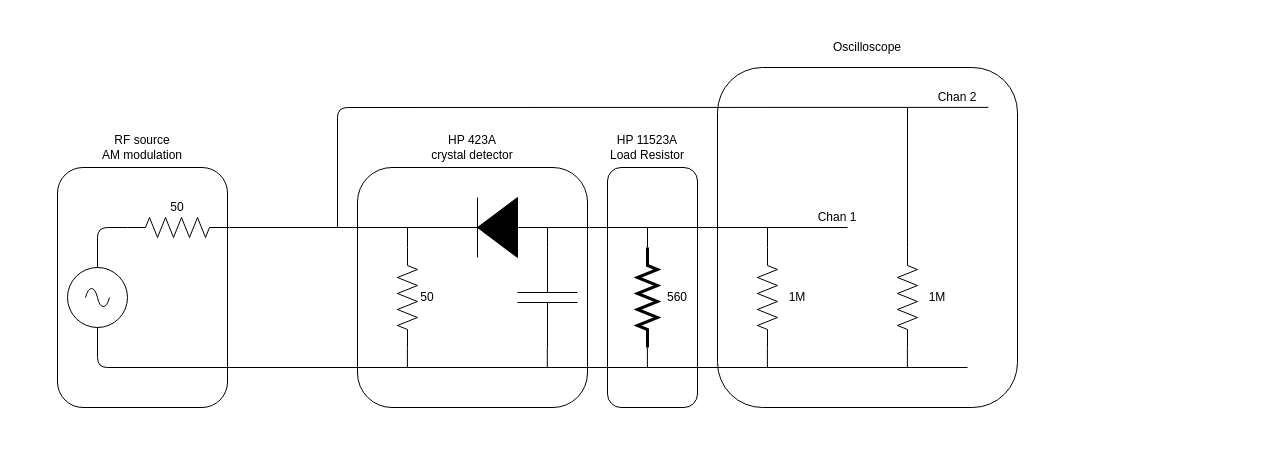
This is page "measurement_setup2" (2 of 4) of assets/hp423a/hp423a.drawio from tomverbeure/tomverbeure.github.io, a draw.io file, before an edit. Source tidied: cells renumbered, new cells numbered last; positions are measured from the earlier drawing's top-left corner, leaving out a move shared by most shapes. Both pictures are drawn from the tidied source at 100%, with x=0, y=0 at pixel (17, 17).
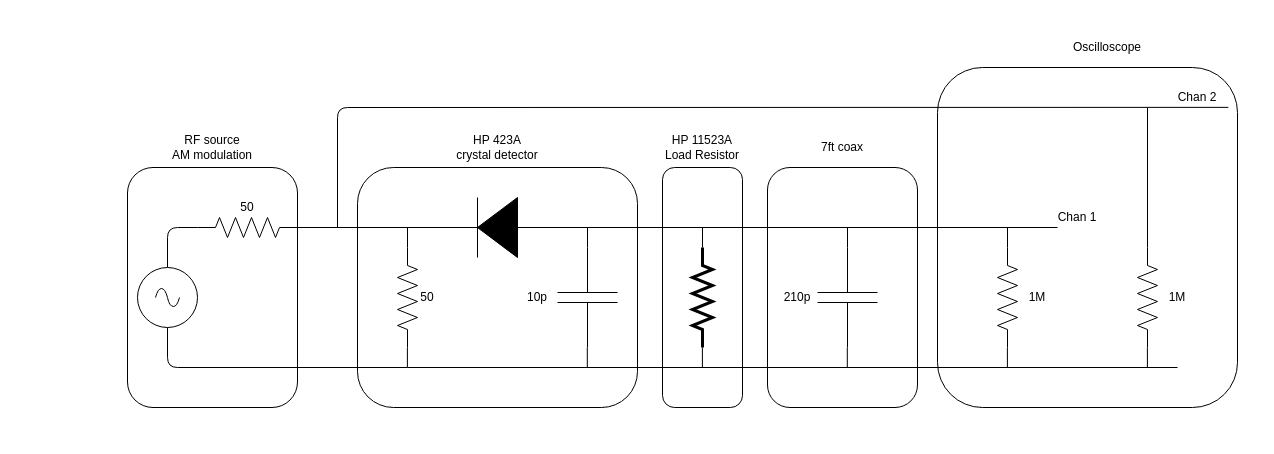
After the change.

The edit, as a diff of the source:
```diff
@@
-    <mxCell id="0" />
-    <mxCell id="1" parent="0" />
-    <mxCell id="2" style="rounded=1;whiteSpace=wrap;html=1;fillColor=none;" parent="1" vertex="1">
-      <mxGeometry x="590" y="150" width="90" height="240" as="geometry" />
-    </mxCell>
-    <mxCell id="3" style="rounded=0;whiteSpace=wrap;html=1;fillColor=none;strokeColor=none;" parent="1" vertex="1">
-      <mxGeometry width="1040" height="420" as="geometry" />
-    </mxCell>
-    <mxCell id="4" style="rounded=1;whiteSpace=wrap;html=1;fillColor=none;" parent="1" vertex="1">
-      <mxGeometry x="700" y="50" width="300" height="340" as="geometry" />
-    </mxCell>
-    <mxCell id="5" style="rounded=1;whiteSpace=wrap;html=1;fillColor=none;" parent="1" vertex="1">
-      <mxGeometry x="340" y="150" width="230" height="240" as="geometry" />
-    </mxCell>
-    <mxCell id="6" style="rounded=1;whiteSpace=wrap;html=1;fillColor=none;" parent="1" vertex="1">
-      <mxGeometry x="40" y="150" width="170" height="240" as="geometry" />
-    </mxCell>
+    <mxCell id="42" />
+    <mxCell id="43" parent="42" />
+    <mxCell id="44" style="rounded=0;whiteSpace=wrap;html=1;fillColor=none;strokeColor=none;" parent="43" vertex="1">
+      <mxGeometry x="90" width="1150" height="420" as="geometry" />
+    </mxCell>
+    <mxCell id="45" style="rounded=1;whiteSpace=wrap;html=1;fillColor=none;" parent="43" vertex="1">
+      <mxGeometry x="920" y="50" width="300" height="340" as="geometry" />
+    </mxCell>
+    <mxCell id="46" style="rounded=1;whiteSpace=wrap;html=1;fillColor=none;" parent="43" vertex="1">
+      <mxGeometry x="340" y="150" width="280" height="240" as="geometry" />
+    </mxCell>
+    <mxCell id="47" style="rounded=1;whiteSpace=wrap;html=1;fillColor=none;" parent="43" vertex="1">
+      <mxGeometry x="110" y="150" width="170" height="240" as="geometry" />
+    </mxCell>
-    <mxCell id="7" style="fillColor=strokeColor;verticalLabelPosition=bottom;shadow=0;dashed=0;align=center;html=1;verticalAlign=top;shape=mxgraph.electrical.diodes.diode;rotation=-180;" parent="1" vertex="1">
+    <mxCell id="7" style="fillColor=strokeColor;verticalLabelPosition=bottom;shadow=0;dashed=0;align=center;html=1;verticalAlign=top;shape=mxgraph.electrical.diodes.diode;rotation=-180;" parent="43" vertex="1">
       <mxGeometry x="430" y="180" width="100" height="60" as="geometry" />
     </mxCell>
-    <mxCell id="8" style="verticalLabelPosition=bottom;shadow=0;dashed=0;align=center;html=1;verticalAlign=top;shape=mxgraph.electrical.capacitors.capacitor_1;rotation=-90;" parent="1" vertex="1">
-      <mxGeometry x="480" y="250" width="100" height="60" as="geometry" />
-    </mxCell>
+    <mxCell id="48" style="verticalLabelPosition=bottom;shadow=0;dashed=0;align=center;html=1;verticalAlign=top;shape=mxgraph.electrical.capacitors.capacitor_1;rotation=-90;" parent="43" vertex="1">
+      <mxGeometry x="520" y="250" width="100" height="60" as="geometry" />
+    </mxCell>
-    <mxCell id="9" style="verticalLabelPosition=bottom;shadow=0;dashed=0;align=center;html=1;verticalAlign=top;shape=mxgraph.electrical.resistors.resistor_2;rotation=-90;" parent="1" vertex="1">
+    <mxCell id="9" style="verticalLabelPosition=bottom;shadow=0;dashed=0;align=center;html=1;verticalAlign=top;shape=mxgraph.electrical.resistors.resistor_2;rotation=-90;" parent="43" vertex="1">
       <mxGeometry x="340" y="270" width="100" height="20" as="geometry" />
     </mxCell>
-    <mxCell id="10" value="50" style="text;html=1;strokeColor=none;fillColor=none;align=center;verticalAlign=middle;whiteSpace=wrap;rounded=0;" parent="1" vertex="1">
+    <mxCell id="10" value="50" style="text;html=1;strokeColor=none;fillColor=none;align=center;verticalAlign=middle;whiteSpace=wrap;rounded=0;" parent="43" vertex="1">
       <mxGeometry x="390" y="270" width="40" height="20" as="geometry" />
     </mxCell>
-    <mxCell id="11" style="verticalLabelPosition=bottom;shadow=0;dashed=0;align=center;html=1;verticalAlign=top;shape=mxgraph.electrical.resistors.resistor_2;rotation=-180;" parent="1" vertex="1">
-      <mxGeometry x="110" y="200" width="100" height="20" as="geometry" />
-    </mxCell>
-    <mxCell id="12" style="verticalLabelPosition=bottom;shadow=0;dashed=0;align=center;html=1;verticalAlign=top;shape=mxgraph.electrical.signal_sources.source;points=[[0.5,0,0],[1,0.5,0],[0.5,1,0],[0,0.5,0]];elSignalType=ac;" parent="1" vertex="1">
-      <mxGeometry x="50" y="250" width="60" height="60" as="geometry" />
-    </mxCell>
+    <mxCell id="49" style="verticalLabelPosition=bottom;shadow=0;dashed=0;align=center;html=1;verticalAlign=top;shape=mxgraph.electrical.resistors.resistor_2;rotation=-180;" parent="43" vertex="1">
+      <mxGeometry x="180" y="200" width="100" height="20" as="geometry" />
+    </mxCell>
+    <mxCell id="50" style="verticalLabelPosition=bottom;shadow=0;dashed=0;align=center;html=1;verticalAlign=top;shape=mxgraph.electrical.signal_sources.source;points=[[0.5,0,0],[1,0.5,0],[0.5,1,0],[0,0.5,0]];elSignalType=ac;" parent="43" vertex="1">
+      <mxGeometry x="120" y="250" width="60" height="60" as="geometry" />
+    </mxCell>
-    <mxCell id="13" value="50" style="text;html=1;strokeColor=none;fillColor=none;align=center;verticalAlign=middle;whiteSpace=wrap;rounded=0;" parent="1" vertex="1">
-      <mxGeometry x="140" y="180" width="40" height="20" as="geometry" />
+    <mxCell id="13" value="50" style="text;html=1;strokeColor=none;fillColor=none;align=center;verticalAlign=middle;whiteSpace=wrap;rounded=0;" parent="43" vertex="1">
+      <mxGeometry x="210" y="180" width="40" height="20" as="geometry" />
     </mxCell>
-    <mxCell id="14" style="endArrow=none;html=1;entryX=1;entryY=0.5;entryDx=0;entryDy=0;entryPerimeter=0;exitX=0.5;exitY=0;exitDx=0;exitDy=0;exitPerimeter=0;" parent="1" edge="1" source="12" target="11">
-      <mxGeometry relative="1" as="geometry">
-        <Array as="points">
-          <mxPoint x="80" y="210" />
-        </Array>
-      </mxGeometry>
-    </mxCell>
-    <mxCell id="15" style="endArrow=none;html=1;entryX=0;entryY=0.5;entryDx=0;entryDy=0;entryPerimeter=0;exitX=0;exitY=0.5;exitDx=0;exitDy=0;exitPerimeter=0;" parent="1" edge="1" source="11" target="7">
-      <mxGeometry relative="1" as="geometry" />
-    </mxCell>
-    <mxCell id="16" style="endArrow=none;html=1;entryX=1;entryY=0.5;entryDx=0;entryDy=0;entryPerimeter=0;" parent="1" edge="1" target="9">
-      <mxGeometry relative="1" as="geometry">
-        <mxPoint x="390" y="210" as="sourcePoint" />
-      </mxGeometry>
-    </mxCell>
-    <mxCell id="17" style="endArrow=none;html=1;exitX=1;exitY=0.5;exitDx=0;exitDy=0;exitPerimeter=0;" parent="1" edge="1" source="7">
-      <mxGeometry relative="1" as="geometry">
-        <mxPoint x="830" y="210" as="targetPoint" />
-      </mxGeometry>
-    </mxCell>
-    <mxCell id="18" style="endArrow=none;html=1;entryX=1;entryY=0.5;entryDx=0;entryDy=0;entryPerimeter=0;" parent="1" edge="1" target="8">
-      <mxGeometry relative="1" as="geometry">
-        <mxPoint x="530" y="210" as="sourcePoint" />
-      </mxGeometry>
-    </mxCell>
-    <mxCell id="19" style="endArrow=none;html=1;entryX=1;entryY=0.5;entryDx=0;entryDy=0;entryPerimeter=0;" parent="1" edge="1">
-      <mxGeometry relative="1" as="geometry">
-        <mxPoint x="389.9" y="330" as="sourcePoint" />
-        <mxPoint x="389.9" y="350" as="targetPoint" />
-      </mxGeometry>
-    </mxCell>
-    <mxCell id="20" style="endArrow=none;html=1;entryX=0.5;entryY=1;entryDx=0;entryDy=0;entryPerimeter=0;" parent="1" edge="1" target="12">
-      <mxGeometry relative="1" as="geometry">
-        <mxPoint x="390" y="350" as="sourcePoint" />
-        <Array as="points">
-          <mxPoint x="80" y="350" />
-        </Array>
-      </mxGeometry>
-    </mxCell>
-    <mxCell id="21" style="endArrow=none;html=1;" parent="1" edge="1">
-      <mxGeometry relative="1" as="geometry">
-        <mxPoint x="390" y="350" as="sourcePoint" />
-        <mxPoint x="950" y="350" as="targetPoint" />
-      </mxGeometry>
-    </mxCell>
-    <mxCell id="22" style="endArrow=none;html=1;entryX=1;entryY=0.5;entryDx=0;entryDy=0;entryPerimeter=0;" parent="1" edge="1">
-      <mxGeometry relative="1" as="geometry">
-        <mxPoint x="529.8" y="330" as="sourcePoint" />
-        <mxPoint x="529.8" y="350" as="targetPoint" />
-      </mxGeometry>
-    </mxCell>
+    <mxCell id="51" style="endArrow=none;html=1;entryX=1;entryY=0.5;entryDx=0;entryDy=0;entryPerimeter=0;exitX=0.5;exitY=0;exitDx=0;exitDy=0;exitPerimeter=0;" parent="43" edge="1" source="50" target="49">
+      <mxGeometry relative="1" as="geometry">
+        <Array as="points">
+          <mxPoint x="150" y="210" />
+        </Array>
+      </mxGeometry>
+    </mxCell>
+    <mxCell id="52" style="endArrow=none;html=1;entryX=0;entryY=0.5;entryDx=0;entryDy=0;entryPerimeter=0;exitX=0;exitY=0.5;exitDx=0;exitDy=0;exitPerimeter=0;" parent="43" edge="1" source="49" target="7">
+      <mxGeometry relative="1" as="geometry" />
+    </mxCell>
+    <mxCell id="53" style="endArrow=none;html=1;entryX=1;entryY=0.5;entryDx=0;entryDy=0;entryPerimeter=0;" parent="43" edge="1" target="9">
+      <mxGeometry relative="1" as="geometry">
+        <mxPoint x="390" y="210" as="sourcePoint" />
+      </mxGeometry>
+    </mxCell>
+    <mxCell id="54" style="endArrow=none;html=1;exitX=1;exitY=0.5;exitDx=0;exitDy=0;exitPerimeter=0;entryX=0.25;entryY=1;entryDx=0;entryDy=0;" parent="43" edge="1" source="7" target="33">
+      <mxGeometry relative="1" as="geometry" />
+    </mxCell>
+    <mxCell id="55" style="endArrow=none;html=1;entryX=1;entryY=0.5;entryDx=0;entryDy=0;entryPerimeter=0;" parent="43" edge="1" target="48">
+      <mxGeometry relative="1" as="geometry">
+        <mxPoint x="570" y="210" as="sourcePoint" />
+      </mxGeometry>
+    </mxCell>
+    <mxCell id="56" style="endArrow=none;html=1;entryX=1;entryY=0.5;entryDx=0;entryDy=0;entryPerimeter=0;" parent="43" edge="1">
+      <mxGeometry relative="1" as="geometry">
+        <mxPoint x="389.9" y="330" as="sourcePoint" />
+        <mxPoint x="389.9" y="350" as="targetPoint" />
+      </mxGeometry>
+    </mxCell>
+    <mxCell id="57" style="endArrow=none;html=1;entryX=0.5;entryY=1;entryDx=0;entryDy=0;entryPerimeter=0;" parent="43" edge="1" target="50">
+      <mxGeometry relative="1" as="geometry">
+        <mxPoint x="390" y="350" as="sourcePoint" />
+        <Array as="points">
+          <mxPoint x="150" y="350" />
+        </Array>
+      </mxGeometry>
+    </mxCell>
+    <mxCell id="58" style="endArrow=none;html=1;" parent="43" edge="1">
+      <mxGeometry relative="1" as="geometry">
+        <mxPoint x="390" y="350" as="sourcePoint" />
+        <mxPoint x="1160" y="350" as="targetPoint" />
+      </mxGeometry>
+    </mxCell>
+    <mxCell id="59" style="endArrow=none;html=1;entryX=1;entryY=0.5;entryDx=0;entryDy=0;entryPerimeter=0;" parent="43" edge="1">
+      <mxGeometry relative="1" as="geometry">
+        <mxPoint x="569.8" y="330" as="sourcePoint" />
+        <mxPoint x="569.8" y="350" as="targetPoint" />
+      </mxGeometry>
+    </mxCell>
-    <mxCell id="23" value="RF source &lt;br&gt;AM modulation" style="text;html=1;strokeColor=none;fillColor=none;align=center;verticalAlign=middle;whiteSpace=wrap;rounded=0;" parent="1" vertex="1">
-      <mxGeometry x="40" y="110" width="170" height="40" as="geometry" />
+    <mxCell id="23" value="RF source &lt;br&gt;AM modulation" style="text;html=1;strokeColor=none;fillColor=none;align=center;verticalAlign=middle;whiteSpace=wrap;rounded=0;" parent="43" vertex="1">
+      <mxGeometry x="110" y="110" width="170" height="40" as="geometry" />
     </mxCell>
-    <mxCell id="24" value="HP 423A&lt;br&gt;crystal detector" style="text;html=1;strokeColor=none;fillColor=none;align=center;verticalAlign=middle;whiteSpace=wrap;rounded=0;" parent="1" vertex="1">
-      <mxGeometry x="370" y="110" width="170" height="40" as="geometry" />
+    <mxCell id="24" value="HP 423A&lt;br&gt;crystal detector" style="text;html=1;strokeColor=none;fillColor=none;align=center;verticalAlign=middle;whiteSpace=wrap;rounded=0;" parent="43" vertex="1">
+      <mxGeometry x="395" y="110" width="170" height="40" as="geometry" />
     </mxCell>
-    <mxCell id="25" style="verticalLabelPosition=bottom;shadow=0;dashed=0;align=center;html=1;verticalAlign=top;shape=mxgraph.electrical.resistors.resistor_2;rotation=-90;" parent="1" vertex="1">
-      <mxGeometry x="700" y="270" width="100" height="20" as="geometry" />
-    </mxCell>
-    <mxCell id="26" style="endArrow=none;html=1;entryX=1;entryY=0.5;entryDx=0;entryDy=0;entryPerimeter=0;" parent="1" edge="1" target="25">
-      <mxGeometry relative="1" as="geometry">
-        <mxPoint x="750" y="210" as="sourcePoint" />
-      </mxGeometry>
-    </mxCell>
-    <mxCell id="27" style="endArrow=none;html=1;entryX=1;entryY=0.5;entryDx=0;entryDy=0;entryPerimeter=0;" parent="1" edge="1">
-      <mxGeometry relative="1" as="geometry">
-        <mxPoint x="749.9" y="330" as="sourcePoint" />
-        <mxPoint x="749.9" y="350" as="targetPoint" />
-      </mxGeometry>
-    </mxCell>
-    <mxCell id="28" value="1M" style="text;html=1;strokeColor=none;fillColor=none;align=center;verticalAlign=middle;whiteSpace=wrap;rounded=0;" parent="1" vertex="1">
-      <mxGeometry x="760" y="270" width="40" height="20" as="geometry" />
-    </mxCell>
-    <mxCell id="29" style="endArrow=none;html=1;exitX=0.886;exitY=0.993;exitDx=0;exitDy=0;exitPerimeter=0;" parent="1" edge="1" source="34">
-      <mxGeometry relative="1" as="geometry">
-        <mxPoint x="320" y="210" as="targetPoint" />
-        <Array as="points">
-          <mxPoint x="320" y="90" />
-        </Array>
-      </mxGeometry>
-    </mxCell>
-    <mxCell id="30" style="verticalLabelPosition=bottom;shadow=0;dashed=0;align=center;html=1;verticalAlign=top;shape=mxgraph.electrical.resistors.resistor_2;rotation=-90;" parent="1" vertex="1">
-      <mxGeometry x="840" y="270" width="100" height="20" as="geometry" />
-    </mxCell>
-    <mxCell id="31" value="1M" style="text;html=1;strokeColor=none;fillColor=none;align=center;verticalAlign=middle;whiteSpace=wrap;rounded=0;" parent="1" vertex="1">
-      <mxGeometry x="900" y="270" width="40" height="20" as="geometry" />
-    </mxCell>
-    <mxCell id="32" style="endArrow=none;html=1;entryX=1;entryY=0.5;entryDx=0;entryDy=0;entryPerimeter=0;" parent="1" edge="1">
-      <mxGeometry relative="1" as="geometry">
-        <mxPoint x="889.9" y="330" as="sourcePoint" />
-        <mxPoint x="889.9" y="350" as="targetPoint" />
-      </mxGeometry>
-    </mxCell>
+    <mxCell id="60" style="verticalLabelPosition=bottom;shadow=0;dashed=0;align=center;html=1;verticalAlign=top;shape=mxgraph.electrical.resistors.resistor_2;rotation=-90;" parent="43" vertex="1">
+      <mxGeometry x="940" y="270" width="100" height="20" as="geometry" />
+    </mxCell>
+    <mxCell id="61" style="endArrow=none;html=1;entryX=1;entryY=0.5;entryDx=0;entryDy=0;entryPerimeter=0;" parent="43" edge="1" target="60">
+      <mxGeometry relative="1" as="geometry">
+        <mxPoint x="990" y="210" as="sourcePoint" />
+      </mxGeometry>
+    </mxCell>
+    <mxCell id="62" style="endArrow=none;html=1;entryX=1;entryY=0.5;entryDx=0;entryDy=0;entryPerimeter=0;" parent="43" edge="1">
+      <mxGeometry relative="1" as="geometry">
+        <mxPoint x="989.9" y="330" as="sourcePoint" />
+        <mxPoint x="989.9" y="350" as="targetPoint" />
+      </mxGeometry>
+    </mxCell>
+    <mxCell id="63" value="1M" style="text;html=1;strokeColor=none;fillColor=none;align=center;verticalAlign=middle;whiteSpace=wrap;rounded=0;" parent="43" vertex="1">
+      <mxGeometry x="1000" y="270" width="40" height="20" as="geometry" />
+    </mxCell>
+    <mxCell id="64" style="endArrow=none;html=1;exitX=0.886;exitY=0.993;exitDx=0;exitDy=0;exitPerimeter=0;" parent="43" edge="1" source="34">
+      <mxGeometry relative="1" as="geometry">
+        <mxPoint x="320" y="210" as="targetPoint" />
+        <Array as="points">
+          <mxPoint x="320" y="90" />
+        </Array>
+      </mxGeometry>
+    </mxCell>
+    <mxCell id="65" style="verticalLabelPosition=bottom;shadow=0;dashed=0;align=center;html=1;verticalAlign=top;shape=mxgraph.electrical.resistors.resistor_2;rotation=-90;" parent="43" vertex="1">
+      <mxGeometry x="1080" y="270" width="100" height="20" as="geometry" />
+    </mxCell>
+    <mxCell id="66" value="1M" style="text;html=1;strokeColor=none;fillColor=none;align=center;verticalAlign=middle;whiteSpace=wrap;rounded=0;" parent="43" vertex="1">
+      <mxGeometry x="1140" y="270" width="40" height="20" as="geometry" />
+    </mxCell>
+    <mxCell id="67" style="endArrow=none;html=1;entryX=1;entryY=0.5;entryDx=0;entryDy=0;entryPerimeter=0;" parent="43" edge="1">
+      <mxGeometry relative="1" as="geometry">
+        <mxPoint x="1129.9" y="330" as="sourcePoint" />
+        <mxPoint x="1129.9" y="350" as="targetPoint" />
+      </mxGeometry>
+    </mxCell>
-    <mxCell id="33" value="Chan 1" style="text;html=1;strokeColor=none;fillColor=none;align=center;verticalAlign=middle;whiteSpace=wrap;rounded=0;" parent="1" vertex="1">
-      <mxGeometry x="780" y="190" width="80" height="20" as="geometry" />
+    <mxCell id="33" value="Chan 1" style="text;html=1;strokeColor=none;fillColor=none;align=center;verticalAlign=middle;whiteSpace=wrap;rounded=0;" parent="43" vertex="1">
+      <mxGeometry x="1020" y="190" width="80" height="20" as="geometry" />
     </mxCell>
-    <mxCell id="34" value="Chan 2" style="text;html=1;strokeColor=none;fillColor=none;align=center;verticalAlign=middle;whiteSpace=wrap;rounded=0;" parent="1" vertex="1">
-      <mxGeometry x="900" y="70" width="80" height="20" as="geometry" />
+    <mxCell id="34" value="Chan 2" style="text;html=1;strokeColor=none;fillColor=none;align=center;verticalAlign=middle;whiteSpace=wrap;rounded=0;" parent="43" vertex="1">
+      <mxGeometry x="1140" y="70" width="80" height="20" as="geometry" />
     </mxCell>
-    <mxCell id="35" style="endArrow=none;html=1;" parent="1" edge="1">
-      <mxGeometry relative="1" as="geometry">
-        <mxPoint x="890" y="90" as="sourcePoint" />
-        <mxPoint x="890" y="230" as="targetPoint" />
-      </mxGeometry>
-    </mxCell>
+    <mxCell id="68" style="endArrow=none;html=1;" parent="43" edge="1">
+      <mxGeometry relative="1" as="geometry">
+        <mxPoint x="1130" y="90" as="sourcePoint" />
+        <mxPoint x="1130" y="230" as="targetPoint" />
+      </mxGeometry>
+    </mxCell>
-    <mxCell id="36" value="Oscilloscope" style="text;html=1;strokeColor=none;fillColor=none;align=center;verticalAlign=middle;whiteSpace=wrap;rounded=0;" parent="1" vertex="1">
-      <mxGeometry x="765" y="10" width="170" height="40" as="geometry" />
+    <mxCell id="36" value="Oscilloscope" style="text;html=1;strokeColor=none;fillColor=none;align=center;verticalAlign=middle;whiteSpace=wrap;rounded=0;" parent="43" vertex="1">
+      <mxGeometry x="1005" y="10" width="170" height="40" as="geometry" />
     </mxCell>
-    <mxCell id="37" style="verticalLabelPosition=bottom;shadow=0;dashed=0;align=center;html=1;verticalAlign=top;shape=mxgraph.electrical.resistors.resistor_2;rotation=-90;strokeWidth=3;" parent="1" vertex="1">
-      <mxGeometry x="580" y="270" width="100" height="20" as="geometry" />
-    </mxCell>
-    <mxCell id="38" style="endArrow=none;html=1;entryX=1;entryY=0.5;entryDx=0;entryDy=0;entryPerimeter=0;" parent="1" edge="1" target="37">
-      <mxGeometry relative="1" as="geometry">
-        <mxPoint x="630" y="210" as="sourcePoint" />
-      </mxGeometry>
-    </mxCell>
-    <mxCell id="39" style="endArrow=none;html=1;entryX=1;entryY=0.5;entryDx=0;entryDy=0;entryPerimeter=0;" parent="1" edge="1">
-      <mxGeometry relative="1" as="geometry">
-        <mxPoint x="629.9" y="330" as="sourcePoint" />
-        <mxPoint x="629.9" y="350" as="targetPoint" />
-      </mxGeometry>
-    </mxCell>
-    <mxCell id="40" value="560" style="text;html=1;strokeColor=none;fillColor=none;align=center;verticalAlign=middle;whiteSpace=wrap;rounded=0;" parent="1" vertex="1">
-      <mxGeometry x="640" y="270" width="40" height="20" as="geometry" />
-    </mxCell>
+    <mxCell id="69" value="10p" style="text;html=1;strokeColor=none;fillColor=none;align=center;verticalAlign=middle;whiteSpace=wrap;rounded=0;" parent="43" vertex="1">
+      <mxGeometry x="500" y="270" width="40" height="20" as="geometry" />
+    </mxCell>
+    <mxCell id="70" style="verticalLabelPosition=bottom;shadow=0;dashed=0;align=center;html=1;verticalAlign=top;shape=mxgraph.electrical.capacitors.capacitor_1;rotation=-90;" parent="43" vertex="1">
+      <mxGeometry x="780" y="250" width="100" height="60" as="geometry" />
+    </mxCell>
+    <mxCell id="71" value="210p" style="text;html=1;strokeColor=none;fillColor=none;align=center;verticalAlign=middle;whiteSpace=wrap;rounded=0;" parent="43" vertex="1">
+      <mxGeometry x="760" y="270" width="40" height="20" as="geometry" />
+    </mxCell>
+    <mxCell id="72" style="rounded=1;whiteSpace=wrap;html=1;fillColor=none;" parent="43" vertex="1">
+      <mxGeometry x="750" y="150" width="150" height="240" as="geometry" />
+    </mxCell>
+    <mxCell id="73" value="7ft coax" style="text;html=1;strokeColor=none;fillColor=none;align=center;verticalAlign=middle;whiteSpace=wrap;rounded=0;" parent="43" vertex="1">
+      <mxGeometry x="750" y="110" width="150" height="40" as="geometry" />
+    </mxCell>
+    <mxCell id="74" style="endArrow=none;html=1;entryX=1;entryY=0.5;entryDx=0;entryDy=0;entryPerimeter=0;" parent="43" edge="1">
+      <mxGeometry relative="1" as="geometry">
+        <mxPoint x="830" y="210" as="sourcePoint" />
+        <mxPoint x="830" y="230" as="targetPoint" />
+      </mxGeometry>
+    </mxCell>
+    <mxCell id="75" style="endArrow=none;html=1;entryX=1;entryY=0.5;entryDx=0;entryDy=0;entryPerimeter=0;" parent="43" edge="1">
+      <mxGeometry relative="1" as="geometry">
+        <mxPoint x="829.8" y="330" as="sourcePoint" />
+        <mxPoint x="829.8" y="350" as="targetPoint" />
+      </mxGeometry>
+    </mxCell>
+    <mxCell id="76" style="verticalLabelPosition=bottom;shadow=0;dashed=0;align=center;html=1;verticalAlign=top;shape=mxgraph.electrical.resistors.resistor_2;rotation=-90;strokeWidth=3;" parent="43" vertex="1">
+      <mxGeometry x="635" y="270" width="100" height="20" as="geometry" />
+    </mxCell>
+    <mxCell id="77" style="endArrow=none;html=1;entryX=1;entryY=0.5;entryDx=0;entryDy=0;entryPerimeter=0;" parent="43" edge="1" target="76">
+      <mxGeometry relative="1" as="geometry">
+        <mxPoint x="685" y="210" as="sourcePoint" />
+      </mxGeometry>
+    </mxCell>
+    <mxCell id="78" style="endArrow=none;html=1;entryX=1;entryY=0.5;entryDx=0;entryDy=0;entryPerimeter=0;" parent="43" edge="1">
+      <mxGeometry relative="1" as="geometry">
+        <mxPoint x="684.9" y="330" as="sourcePoint" />
+        <mxPoint x="684.9" y="350" as="targetPoint" />
+      </mxGeometry>
+    </mxCell>
+    <mxCell id="79" style="rounded=1;whiteSpace=wrap;html=1;fillColor=none;" parent="43" vertex="1">
+      <mxGeometry x="645" y="150" width="80" height="240" as="geometry" />
+    </mxCell>
-    <mxCell id="41" value="HP 11523A&lt;br&gt;Load Resistor" style="text;html=1;strokeColor=none;fillColor=none;align=center;verticalAlign=middle;whiteSpace=wrap;rounded=0;" parent="1" vertex="1">
-      <mxGeometry x="545" y="110" width="170" height="40" as="geometry" />
+    <mxCell id="41" value="HP 11523A&lt;br&gt;Load Resistor" style="text;html=1;strokeColor=none;fillColor=none;align=center;verticalAlign=middle;whiteSpace=wrap;rounded=0;" parent="43" vertex="1">
+      <mxGeometry x="640" y="110" width="90" height="40" as="geometry" />
     </mxCell>
```
